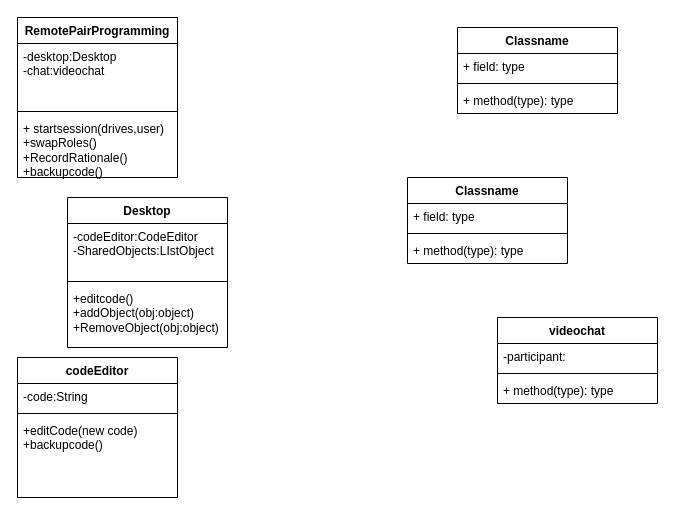
This is umlexp52.drawio from tush47/myuml, a draw.io file, before an edit. Source tidied: cells renumbered, new cells numbered last; positions are measured from the earlier drawing's top-left corner, leaving out a move shared by most shapes. Both pictures are drawn from the tidied source at 100%, with x=0, y=0 at pixel (17, 17).
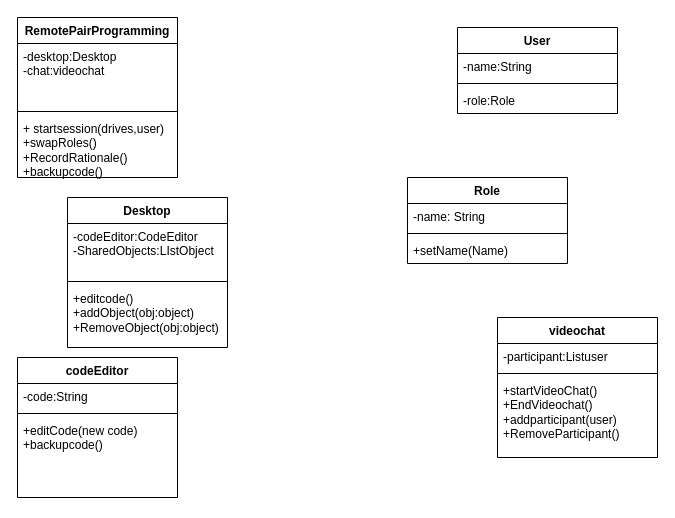
The same diagram, later.

Change to the diagram source:
```diff
@@
     <mxCell id="6" value="videochat" style="swimlane;fontStyle=1;align=center;verticalAlign=top;horizontal=1;startSize=26;whiteSpace=wrap;html=1;" parent="1" vertex="1">
-      <mxGeometry x="480" y="300" width="160" height="86" as="geometry" />
+      <mxGeometry x="480" y="300" width="160" height="140" as="geometry" />
     </mxCell>
-    <mxCell id="7" value="-participant:" style="text;strokeColor=none;fillColor=none;align=left;verticalAlign=top;spacingLeft=4;spacingRight=4;overflow=hidden;whiteSpace=wrap;html=1;" parent="6" vertex="1">
+    <mxCell id="7" value="-participant:Listuser" style="text;strokeColor=none;fillColor=none;align=left;verticalAlign=top;spacingLeft=4;spacingRight=4;overflow=hidden;whiteSpace=wrap;html=1;" parent="6" vertex="1">
       <mxGeometry y="26" width="160" height="26" as="geometry" />
     </mxCell>
@@
-    <mxCell id="9" value="+ method(type): type" style="text;strokeColor=none;fillColor=none;align=left;verticalAlign=top;spacingLeft=4;spacingRight=4;overflow=hidden;whiteSpace=wrap;html=1;" parent="6" vertex="1">
-      <mxGeometry y="60" width="160" height="26" as="geometry" />
+    <mxCell id="9" value="+startVideoChat()&lt;br&gt;+EndVideochat()&lt;br&gt;+addparticipant(user)&lt;br&gt;+RemoveParticipant()" style="text;strokeColor=none;fillColor=none;align=left;verticalAlign=top;spacingLeft=4;spacingRight=4;overflow=hidden;whiteSpace=wrap;html=1;" parent="6" vertex="1">
+      <mxGeometry y="60" width="160" height="80" as="geometry" />
     </mxCell>
-    <mxCell id="10" value="Classname" style="swimlane;fontStyle=1;align=center;verticalAlign=top;horizontal=1;startSize=26;whiteSpace=wrap;html=1;" parent="1" vertex="1">
+    <mxCell id="10" value="User" style="swimlane;fontStyle=1;align=center;verticalAlign=top;horizontal=1;startSize=26;whiteSpace=wrap;html=1;" parent="1" vertex="1">
       <mxGeometry x="440" y="10" width="160" height="86" as="geometry" />
     </mxCell>
-    <mxCell id="11" value="+ field: type" style="text;strokeColor=none;fillColor=none;align=left;verticalAlign=top;spacingLeft=4;spacingRight=4;overflow=hidden;whiteSpace=wrap;html=1;" parent="10" vertex="1">
+    <mxCell id="11" value="-name:String" style="text;strokeColor=none;fillColor=none;align=left;verticalAlign=top;spacingLeft=4;spacingRight=4;overflow=hidden;whiteSpace=wrap;html=1;" parent="10" vertex="1">
       <mxGeometry y="26" width="160" height="26" as="geometry" />
     </mxCell>
@@
-    <mxCell id="13" value="+ method(type): type" style="text;strokeColor=none;fillColor=none;align=left;verticalAlign=top;spacingLeft=4;spacingRight=4;overflow=hidden;whiteSpace=wrap;html=1;" parent="10" vertex="1">
+    <mxCell id="13" value="-role:Role" style="text;strokeColor=none;fillColor=none;align=left;verticalAlign=top;spacingLeft=4;spacingRight=4;overflow=hidden;whiteSpace=wrap;html=1;" parent="10" vertex="1">
       <mxGeometry y="60" width="160" height="26" as="geometry" />
     </mxCell>
@@
-    <mxCell id="22" value="Classname" style="swimlane;fontStyle=1;align=center;verticalAlign=top;horizontal=1;startSize=26;whiteSpace=wrap;html=1;" parent="1" vertex="1">
+    <mxCell id="22" value="Role" style="swimlane;fontStyle=1;align=center;verticalAlign=top;horizontal=1;startSize=26;whiteSpace=wrap;html=1;" parent="1" vertex="1">
       <mxGeometry x="390" y="160" width="160" height="86" as="geometry" />
     </mxCell>
-    <mxCell id="23" value="+ field: type" style="text;strokeColor=none;fillColor=none;align=left;verticalAlign=top;spacingLeft=4;spacingRight=4;overflow=hidden;whiteSpace=wrap;html=1;" parent="22" vertex="1">
+    <mxCell id="23" value="-name: String" style="text;strokeColor=none;fillColor=none;align=left;verticalAlign=top;spacingLeft=4;spacingRight=4;overflow=hidden;whiteSpace=wrap;html=1;" parent="22" vertex="1">
       <mxGeometry y="26" width="160" height="26" as="geometry" />
     </mxCell>
@@
-    <mxCell id="25" value="+ method(type): type" style="text;strokeColor=none;fillColor=none;align=left;verticalAlign=top;spacingLeft=4;spacingRight=4;overflow=hidden;whiteSpace=wrap;html=1;" parent="22" vertex="1">
+    <mxCell id="25" value="+setName(Name)" style="text;strokeColor=none;fillColor=none;align=left;verticalAlign=top;spacingLeft=4;spacingRight=4;overflow=hidden;whiteSpace=wrap;html=1;" parent="22" vertex="1">
       <mxGeometry y="60" width="160" height="26" as="geometry" />
     </mxCell>
```
